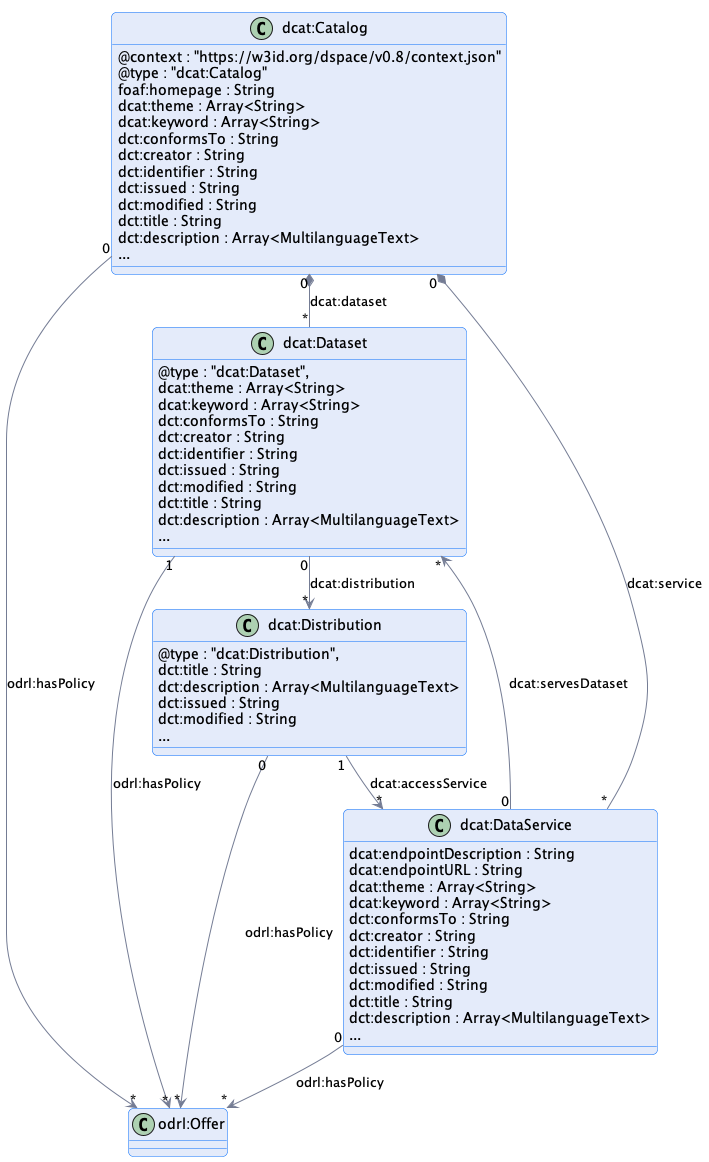
Earlier version of the PlantUML export catalog/message/diagram/catalog.png (International-Data-Spaces-Association/ids-specification).
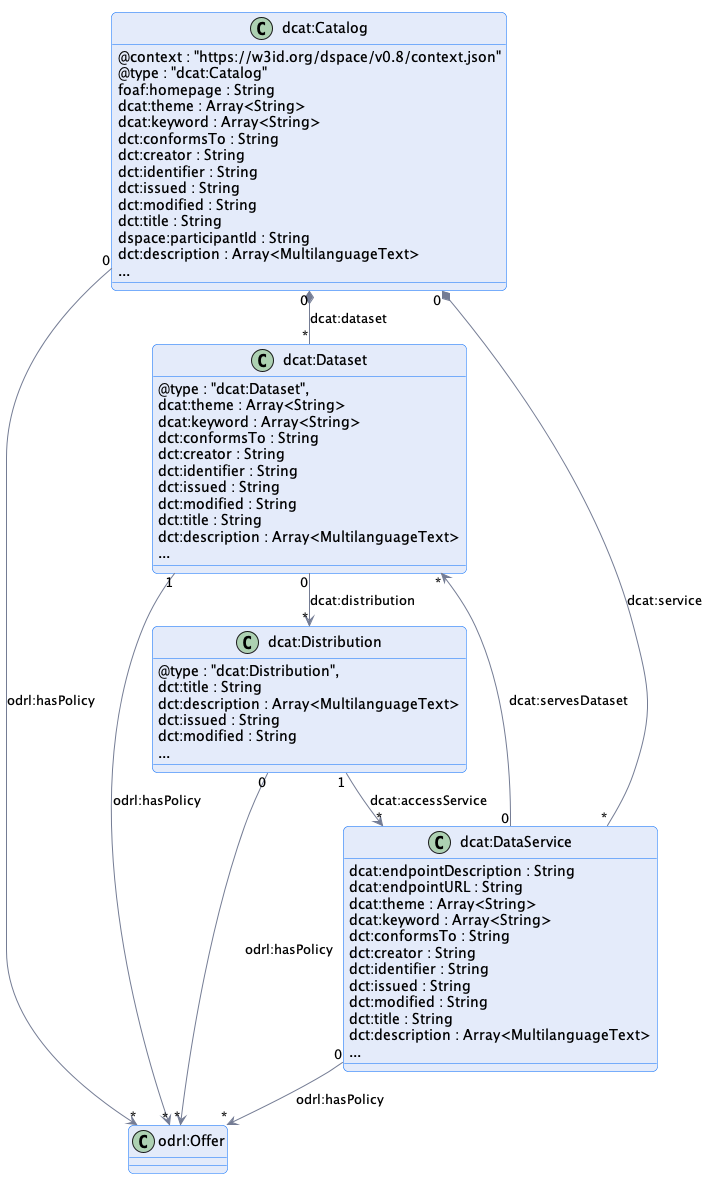
After the change.

Commit message:
add dspace:participantId to the schemes and diagrams

Diff of the diagram source:
```diff
@@ -18,6 +18,7 @@
     dct:issued : String
     dct:modified : String
     dct:title : String
+    dspace:participantId : String
     dct:description : Array<MultilanguageText>
     ...
 }
```
